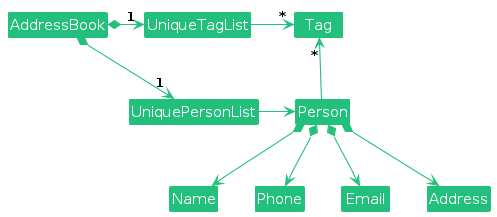
Earlier version of the PlantUML export diagrams/BetterModelClassDiagram.png (ananyaj1515/tp). Its source is kept beside it as diagrams/BetterModelClassDiagram.puml.
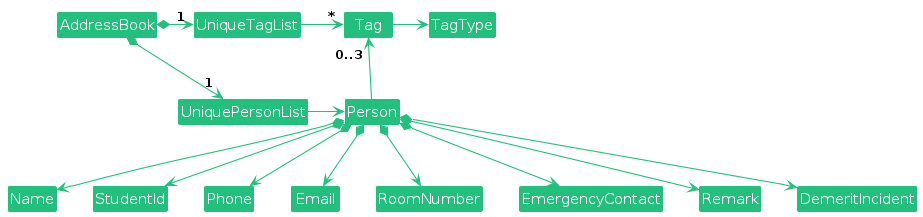
The same file after the commit.

The edit, as a diff of the source:
```diff
@@ -12,10 +12,15 @@
 UniqueTagList -right-> "*" Tag
 UniquePersonList -right-> Person
 
-Person -up-> "*" Tag
+Person -up-> "0..3" Tag
 
 Person *--> Name
+Person *--> StudentId
 Person *--> Phone
 Person *--> Email
-Person *--> Address
+Person *--> RoomNumber
+Person *--> EmergencyContact
+Person *--> Remark
+Person *--> DemeritIncident
+Tag -right-> TagType
 @enduml
```
